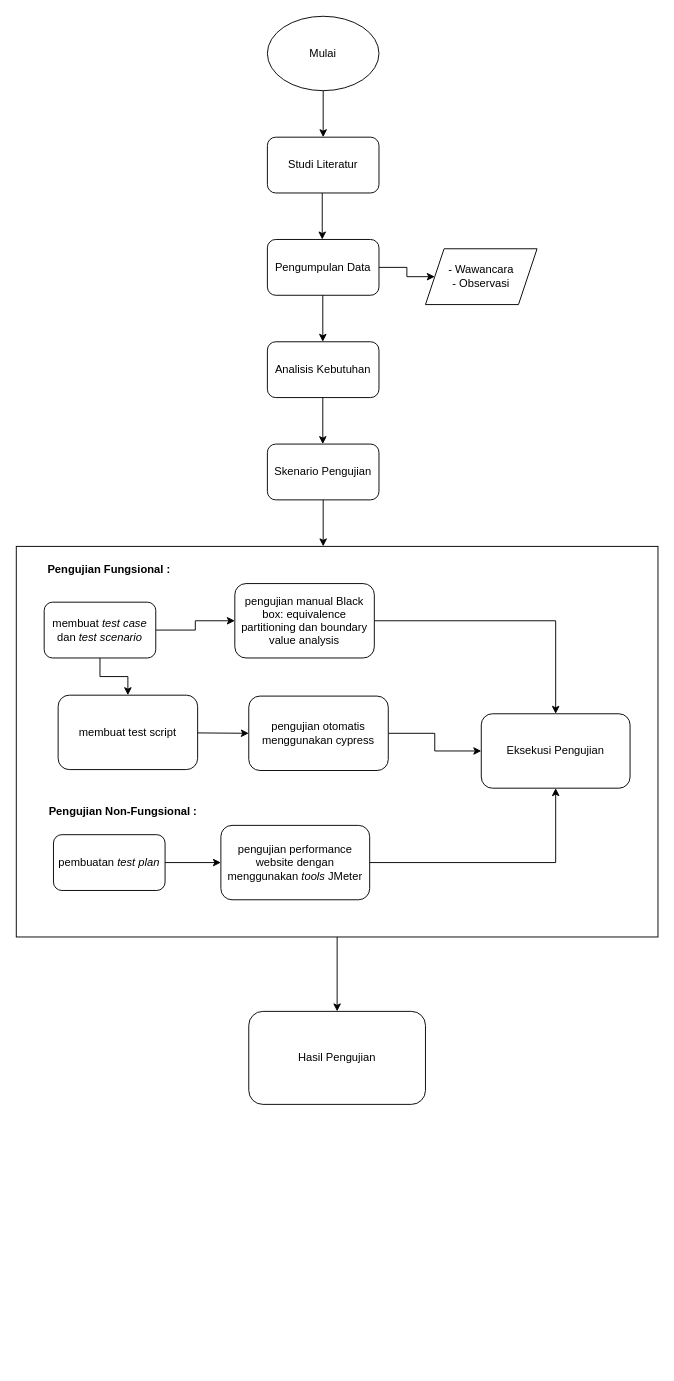
The draw.io diagram Diagram Tanpa Judul.drawio in atoengg/enggmedsos.github.io, before the edit. Source tidied: cells renumbered, new cells numbered last; positions are measured from the earlier drawing's top-left corner, leaving out a move shared by most shapes. Both pictures are drawn from the tidied source at 93%, with x=0, y=0 at pixel (16, 16).
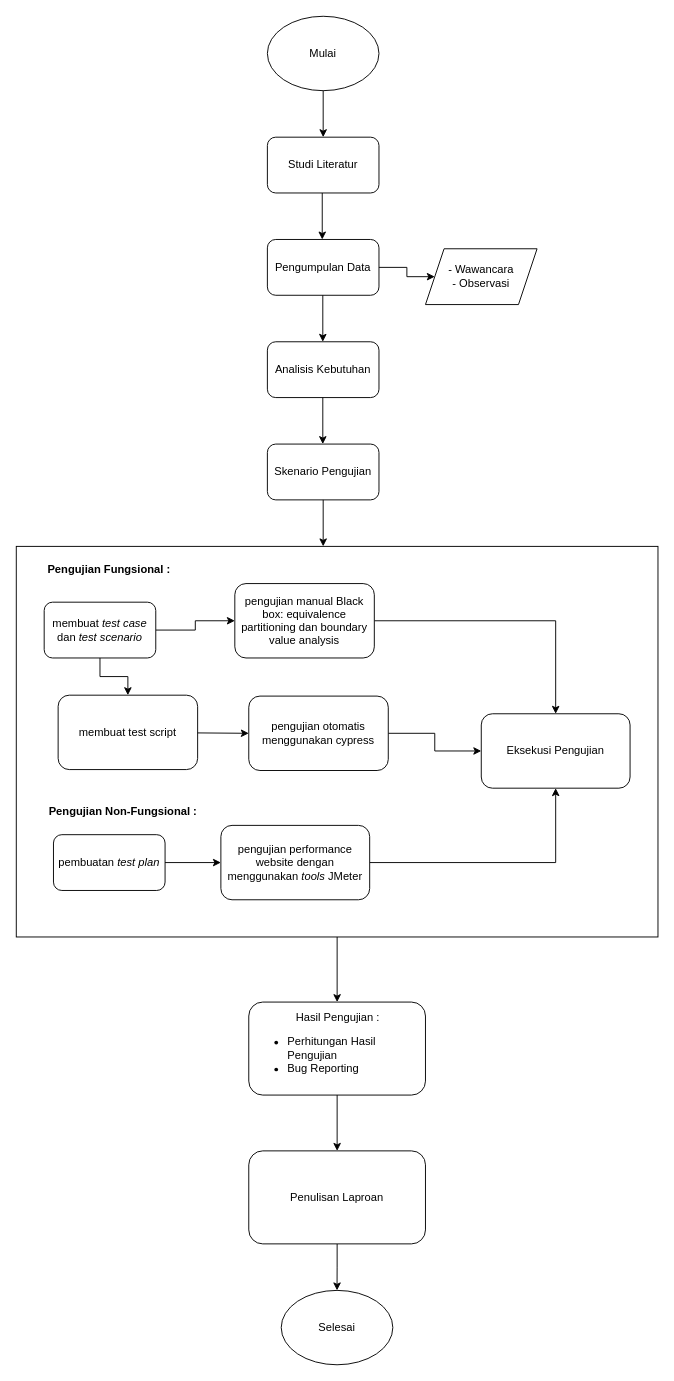
Above is the later version.

Change to the diagram source:
```diff
@@
+    <mxCell id="33" style="edgeStyle=orthogonalEdgeStyle;rounded=0;jettySize=auto;html=1;exitX=0.5;exitY=1;exitDx=0;exitDy=0;entryX=0.5;entryY=0;entryDx=0;entryDy=0;" parent="1" edge="1" source="31" target="35">
+      <mxGeometry relative="1" as="geometry" />
+    </mxCell>
-    <mxCell id="31" value="Hasil Pengujian" style="rounded=1;whiteSpace=wrap;html=1;" parent="1" vertex="1">
-      <mxGeometry x="250" y="1070" width="190" height="100" as="geometry" />
+    <mxCell id="31" value="&lt;div style=&quot;text-align: center;&quot;&gt;&lt;span style=&quot;background-color: initial;&quot;&gt;Hasil Pengujian :&lt;/span&gt;&lt;/div&gt;&lt;div&gt;&lt;ul&gt;&lt;li&gt;Perhitungan Hasil Pengujian&lt;/li&gt;&lt;li&gt;Bug Reporting&lt;/li&gt;&lt;/ul&gt;&lt;/div&gt;" style="rounded=1;whiteSpace=wrap;html=1;align=left;" parent="1" vertex="1">
+      <mxGeometry x="250" y="1060" width="190" height="100" as="geometry" />
     </mxCell>
@@
+    <mxCell id="34" style="edgeStyle=orthogonalEdgeStyle;rounded=0;jettySize=auto;html=1;exitX=0.5;exitY=1;exitDx=0;exitDy=0;" parent="1" edge="1" source="35" target="36">
+      <mxGeometry relative="1" as="geometry" />
+    </mxCell>
+    <mxCell id="35" value="Penulisan Laproan" style="rounded=1;whiteSpace=wrap;html=1;" parent="1" vertex="1">
+      <mxGeometry x="250" y="1220" width="190" height="100" as="geometry" />
+    </mxCell>
+    <mxCell id="36" value="Selesai" style="ellipse;whiteSpace=wrap;html=1;" parent="1" vertex="1">
+      <mxGeometry x="284.9" y="1370" width="120" height="80" as="geometry" />
+    </mxCell>
```
